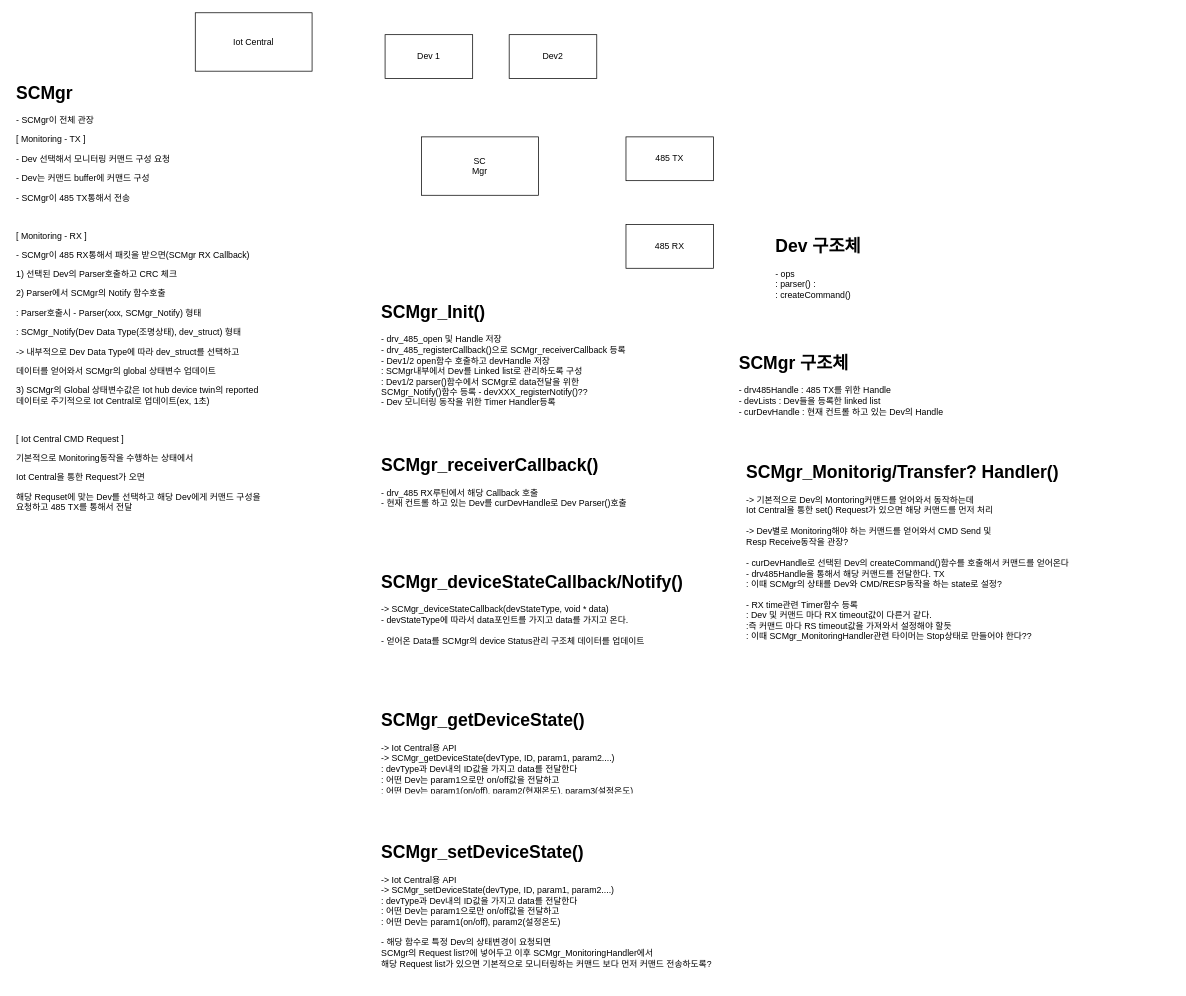
devwscott/drawio keeps this draw.io diagram as page "페이지-1의 복사본" (2 of 4) of smartConvertor.drawio. Above is the earlier version. Source tidied: cells renumbered, new cells numbered last; positions are measured from the earlier drawing's top-left corner, leaving out a move shared by most shapes. Both pictures are drawn from the tidied source at 73%, with x=0, y=0 at pixel (12, 12).
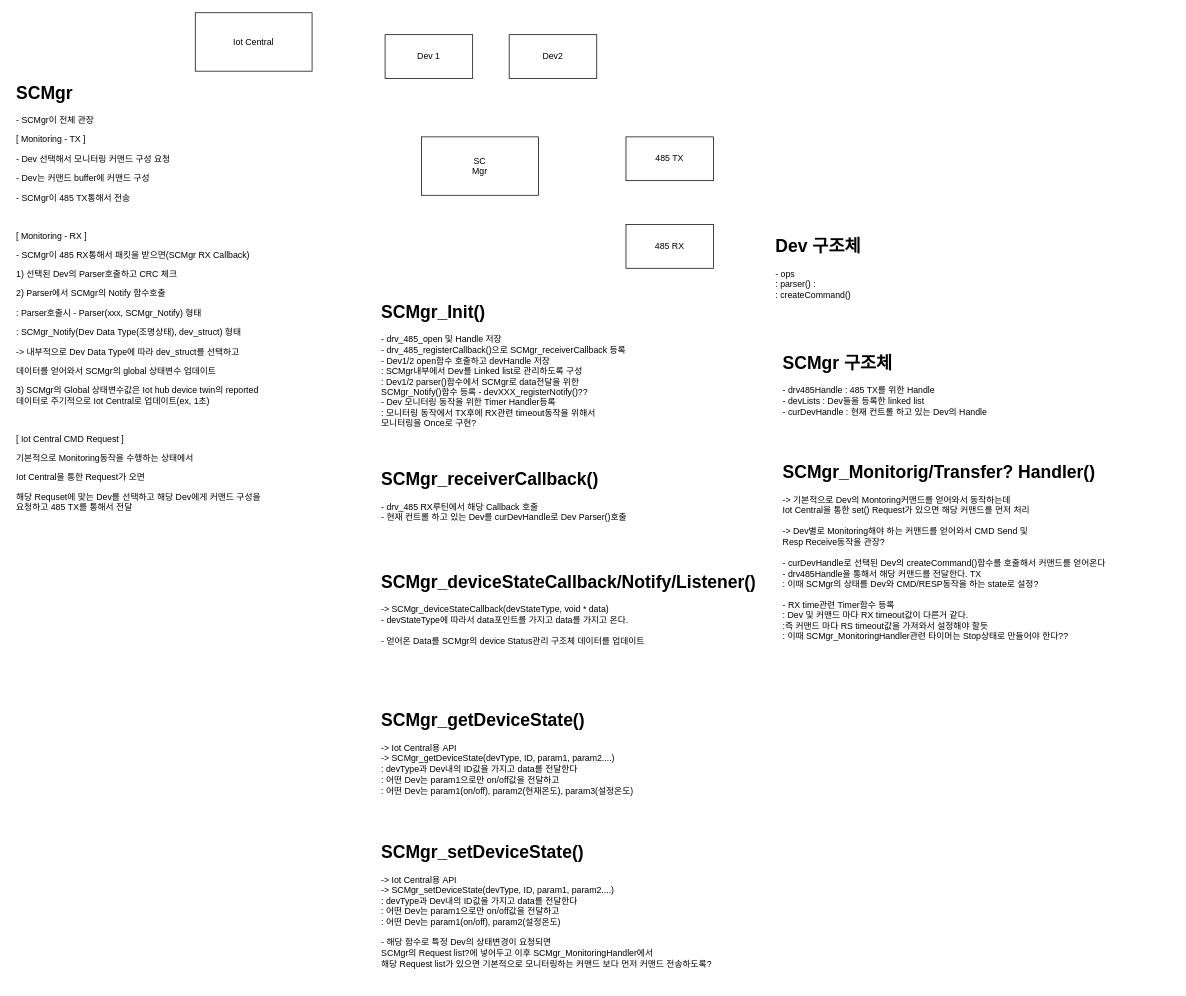
After the change.

The edit, as a diff of the source:
```diff
@@
 <mxGraphModel>
   <root>
     <mxCell id="0" />
     <mxCell id="1" parent="0" />
     <mxCell id="2" value="SC&lt;br&gt;Mgr" style="rounded=0;whiteSpace=wrap;html=1;" parent="1" vertex="1">
       <mxGeometry x="560" y="170" width="160" height="80" as="geometry" />
     </mxCell>
     <mxCell id="3" value="Dev2" style="rounded=0;whiteSpace=wrap;html=1;" parent="1" vertex="1">
       <mxGeometry x="680" y="30" width="120" height="60" as="geometry" />
     </mxCell>
     <mxCell id="4" value="&lt;h1&gt;SCMgr&lt;/h1&gt;&lt;p&gt;- SCMgr이 전체 관장&lt;/p&gt;&lt;p&gt;[ Monitoring - TX ]&lt;/p&gt;&lt;p&gt;- Dev 선택해서 모니터링 커맨드 구성 요청&lt;/p&gt;&lt;p&gt;- Dev는 커맨드 buffer에 커맨드 구성&lt;/p&gt;&lt;p&gt;- SCMgr이 485 TX통해서 전송&lt;/p&gt;&lt;p&gt;&lt;br&gt;&lt;/p&gt;&lt;p style=&quot;border-color: var(--border-color);&quot;&gt;[ Monitoring - RX ]&lt;/p&gt;&lt;p style=&quot;border-color: var(--border-color);&quot;&gt;&lt;span style=&quot;background-color: initial;&quot;&gt;- SCMgr이 485 RX통해서 패킷을 받으면(SCMgr RX Callback)&lt;/span&gt;&lt;/p&gt;&lt;p style=&quot;border-color: var(--border-color);&quot;&gt;&lt;span style=&quot;background-color: initial;&quot;&gt;1) 선택된 Dev의 Parser호출하고 CRC 체크&lt;/span&gt;&lt;/p&gt;&lt;p style=&quot;border-color: var(--border-color);&quot;&gt;&lt;span style=&quot;background-color: initial;&quot;&gt;2) Parser에서 SCMgr의 Notify 함수호출&lt;/span&gt;&lt;/p&gt;&lt;p style=&quot;border-color: var(--border-color);&quot;&gt;&lt;span style=&quot;background-color: initial;&quot;&gt;: Parser호출시 - Parser(xxx, SCMgr_Notify) 형태&lt;/span&gt;&lt;/p&gt;&lt;p style=&quot;border-color: var(--border-color);&quot;&gt;&lt;span style=&quot;background-color: initial;&quot;&gt;: SCMgr_Notify(Dev Data Type(조명상태), dev_struct) 형태&lt;/span&gt;&lt;/p&gt;&lt;p style=&quot;border-color: var(--border-color);&quot;&gt;&lt;span style=&quot;background-color: initial;&quot;&gt;-&amp;gt; 내부적으로 Dev Data Type에 따라 dev_struct를 선택하고&lt;/span&gt;&lt;/p&gt;&lt;p style=&quot;border-color: var(--border-color);&quot;&gt;&lt;span style=&quot;background-color: initial;&quot;&gt;데이터를 얻어와서 SCMgr의 global 상태변수 업데이트&lt;/span&gt;&lt;/p&gt;&lt;p style=&quot;border-color: var(--border-color);&quot;&gt;&lt;span style=&quot;background-color: initial;&quot;&gt;3) SCMgr의 Global 상태변수값은 Iot hub device twin의 reported 데이터로 주기적으로 Iot Central로 업데이트(ex, 1초)&lt;/span&gt;&lt;/p&gt;&lt;p style=&quot;border-color: var(--border-color);&quot;&gt;&lt;span style=&quot;background-color: initial;&quot;&gt;&lt;br&gt;&lt;/span&gt;&lt;/p&gt;&lt;p style=&quot;border-color: var(--border-color);&quot;&gt;&lt;span style=&quot;background-color: initial;&quot;&gt;[ Iot Central CMD Request ]&lt;/span&gt;&lt;/p&gt;&lt;p style=&quot;border-color: var(--border-color);&quot;&gt;기본적으로 Monitoring동작을 수행하는 상태에서&lt;/p&gt;&lt;p style=&quot;border-color: var(--border-color);&quot;&gt;Iot Central을 통한 Request가 오면&lt;/p&gt;&lt;p style=&quot;border-color: var(--border-color);&quot;&gt;해당 Requset에 맞는 Dev를 선택하고 해당 Dev에게 커맨드 구성을 요청하고 485 TX를 통해서 전달&lt;/p&gt;" style="text;html=1;strokeColor=none;fillColor=none;spacing=5;spacingTop=-20;whiteSpace=wrap;overflow=hidden;rounded=0;" parent="1" vertex="1">
       <mxGeometry y="90" width="350" height="620" as="geometry" />
     </mxCell>
     <mxCell id="5" value="Dev 1" style="rounded=0;whiteSpace=wrap;html=1;" parent="1" vertex="1">
       <mxGeometry x="510" y="30" width="120" height="60" as="geometry" />
     </mxCell>
     <mxCell id="6" value="485 TX" style="rounded=0;whiteSpace=wrap;html=1;" parent="1" vertex="1">
       <mxGeometry x="840" y="170" width="120" height="60" as="geometry" />
     </mxCell>
     <mxCell id="7" value="485 RX" style="rounded=0;whiteSpace=wrap;html=1;" parent="1" vertex="1">
       <mxGeometry x="840" y="290" width="120" height="60" as="geometry" />
     </mxCell>
     <mxCell id="8" value="Iot Central" style="rounded=0;whiteSpace=wrap;html=1;" parent="1" vertex="1">
       <mxGeometry x="250" width="160" height="80" as="geometry" />
     </mxCell>
-    <mxCell id="9" value="&lt;h1&gt;SCMgr_Init()&lt;/h1&gt;&lt;div&gt;- drv_485_open 및 Handle 저장&lt;/div&gt;&lt;div&gt;- drv_485_registerCallback()으로 SCMgr_receiverCallback 등록&lt;/div&gt;&lt;div&gt;- Dev1/2 open함수 호출하고 devHandle 저장&lt;/div&gt;&lt;div&gt;: SCMgr내부에서 Dev를 Linked list로 관리하도록 구성&lt;/div&gt;&lt;div&gt;: Dev1/2 parser()함수에서 SCMgr로 data전달을 위한 SCMgr_Notify()함수 등록 - devXXX_registerNotify()??&lt;/div&gt;&lt;div&gt;- Dev 모니터링 동작을 위한 Timer Handler등록&lt;/div&gt;" style="text;html=1;strokeColor=none;fillColor=none;spacing=5;spacingTop=-20;whiteSpace=wrap;overflow=hidden;rounded=0;" parent="1" vertex="1">
-      <mxGeometry x="500" y="390" width="360" height="160" as="geometry" />
+    <mxCell id="9" value="&lt;h1&gt;SCMgr_Init()&lt;/h1&gt;&lt;div&gt;- drv_485_open 및 Handle 저장&lt;/div&gt;&lt;div&gt;- drv_485_registerCallback()으로 SCMgr_receiverCallback 등록&lt;/div&gt;&lt;div&gt;- Dev1/2 open함수 호출하고 devHandle 저장&lt;/div&gt;&lt;div&gt;: SCMgr내부에서 Dev를 Linked list로 관리하도록 구성&lt;/div&gt;&lt;div&gt;: Dev1/2 parser()함수에서 SCMgr로 data전달을 위한 SCMgr_Notify()함수 등록 - devXXX_registerNotify()??&lt;/div&gt;&lt;div&gt;- Dev 모니터링 동작을 위한 Timer Handler등록&lt;/div&gt;&lt;div&gt;: 모니터링 동작에서 TX후에 RX관련 timeout동작을 위해서&lt;/div&gt;&lt;div&gt;모니터링을 Once로 구현?&lt;/div&gt;" style="text;html=1;strokeColor=none;fillColor=none;spacing=5;spacingTop=-20;whiteSpace=wrap;overflow=hidden;rounded=0;" parent="1" vertex="1">
+      <mxGeometry x="500" y="390" width="360" height="190" as="geometry" />
     </mxCell>
     <mxCell id="10" value="&lt;h1&gt;SCMgr_receiverCallback()&lt;/h1&gt;&lt;div&gt;- drv_485 RX루틴에서 해당 Callback 호출&lt;/div&gt;&lt;div&gt;- 현재 컨트롤 하고 있는 Dev를 curDevHandle로 Dev Parser()호출&lt;/div&gt;&lt;div&gt;&lt;br&gt;&lt;/div&gt;" style="text;html=1;strokeColor=none;fillColor=none;spacing=5;spacingTop=-20;whiteSpace=wrap;overflow=hidden;rounded=0;" parent="1" vertex="1">
-      <mxGeometry x="500" y="600" width="360" height="120" as="geometry" />
+      <mxGeometry x="500" y="620" width="360" height="120" as="geometry" />
     </mxCell>
     <mxCell id="11" value="&lt;h1&gt;SCMgr 구조체&lt;/h1&gt;&lt;div&gt;- drv485Handle : 485 TX를 위한 Handle&lt;/div&gt;&lt;div&gt;- devLists : Dev들을 등록한 linked list&lt;/div&gt;&lt;div&gt;- curDevHandle : 현재 컨트롤 하고 있는 Dev의 Handle&lt;/div&gt;&lt;div&gt;&lt;br&gt;&lt;/div&gt;&lt;div&gt;&lt;br&gt;&lt;/div&gt;" style="text;html=1;strokeColor=none;fillColor=none;spacing=5;spacingTop=-20;whiteSpace=wrap;overflow=hidden;rounded=0;" parent="1" vertex="1">
-      <mxGeometry x="990" y="460" width="360" height="120" as="geometry" />
+      <mxGeometry x="1050" y="460" width="360" height="120" as="geometry" />
     </mxCell>
     <mxCell id="12" value="&lt;h1&gt;Dev 구조체&lt;/h1&gt;&lt;div&gt;- ops&lt;/div&gt;&lt;div&gt;: parser() :&amp;nbsp;&lt;/div&gt;&lt;div&gt;: createCommand()&lt;/div&gt;&lt;div&gt;&lt;br&gt;&lt;/div&gt;&lt;div&gt;&lt;br&gt;&lt;/div&gt;" style="text;html=1;strokeColor=none;fillColor=none;spacing=5;spacingTop=-20;whiteSpace=wrap;overflow=hidden;rounded=0;" parent="1" vertex="1">
       <mxGeometry x="1040" y="300" width="360" height="120" as="geometry" />
     </mxCell>
-    <mxCell id="13" value="&lt;h1&gt;SCMgr_deviceStateCallback/Notify()&lt;/h1&gt;&lt;div&gt;-&amp;gt; SCMgr_deviceStateCallback(devStateType, void * data)&lt;/div&gt;&lt;div&gt;- devStateType에 따라서 data포인트를 가지고 data를 가지고 온다.&lt;/div&gt;&lt;div&gt;&lt;br&gt;&lt;/div&gt;&lt;div&gt;- 얻어온 Data를 SCMgr의 device Status관리 구조체 데이터를 업데이트&lt;/div&gt;&lt;div&gt;&lt;br&gt;&lt;/div&gt;" style="text;html=1;strokeColor=none;fillColor=none;spacing=5;spacingTop=-20;whiteSpace=wrap;overflow=hidden;rounded=0;" parent="1" vertex="1">
-      <mxGeometry x="500" y="760" width="490" height="120" as="geometry" />
+    <mxCell id="13" value="&lt;h1&gt;SCMgr_deviceStateCallback/Notify/Listener()&lt;/h1&gt;&lt;div&gt;-&amp;gt; SCMgr_deviceStateCallback(devStateType, void * data)&lt;/div&gt;&lt;div&gt;- devStateType에 따라서 data포인트를 가지고 data를 가지고 온다.&lt;/div&gt;&lt;div&gt;&lt;br&gt;&lt;/div&gt;&lt;div&gt;- 얻어온 Data를 SCMgr의 device Status관리 구조체 데이터를 업데이트&lt;/div&gt;&lt;div&gt;&lt;br&gt;&lt;/div&gt;" style="text;html=1;strokeColor=none;fillColor=none;spacing=5;spacingTop=-20;whiteSpace=wrap;overflow=hidden;rounded=0;" parent="1" vertex="1">
+      <mxGeometry x="500" y="760" width="520" height="120" as="geometry" />
     </mxCell>
     <mxCell id="14" value="&lt;h1&gt;SCMgr_getDeviceState()&lt;/h1&gt;&lt;div&gt;-&amp;gt; Iot Central용 API&lt;/div&gt;&lt;div&gt;-&amp;gt; SCMgr_getDeviceState(devType, ID, param1, param2....)&lt;/div&gt;&lt;div&gt;: devType과 Dev내의 ID값을 가지고 data를 전달한다&lt;/div&gt;&lt;div&gt;: 어떤 Dev는 param1으로만 on/off값을 전달하고&lt;/div&gt;&lt;div&gt;: 어떤 Dev는 param1(on/off), param2(현재온도), param3(설정온도)&lt;/div&gt;&lt;div&gt;&lt;br&gt;&lt;/div&gt;" style="text;html=1;strokeColor=none;fillColor=none;spacing=5;spacingTop=-20;whiteSpace=wrap;overflow=hidden;rounded=0;" parent="1" vertex="1">
-      <mxGeometry x="500" y="950" width="490" height="120" as="geometry" />
+      <mxGeometry x="500" y="950" width="490" height="150" as="geometry" />
     </mxCell>
     <mxCell id="15" value="&lt;h1&gt;SCMgr_Monitorig/Transfer? Handler()&lt;/h1&gt;&lt;div&gt;-&amp;gt; 기본적으로 Dev의 Montoring커맨드를 얻어와서 동작하는데&lt;/div&gt;&lt;div&gt;Iot Central을 통한 set() Request가 있으면 해당 커맨드를 먼저 처리&lt;/div&gt;&lt;div&gt;&lt;br&gt;&lt;/div&gt;&lt;div&gt;-&amp;gt; Dev별로 Monitoring해야 하는 커맨드를 얻어와서 CMD Send 및&lt;/div&gt;&lt;div&gt;Resp Receive동작을 관장?&lt;/div&gt;&lt;div&gt;&lt;br&gt;&lt;/div&gt;&lt;div&gt;- curDevHandle로 선택된 Dev의 createCommand()함수를 호출해서 커맨드를 얻어온다&lt;/div&gt;&lt;div&gt;- drv485Handle을 통해서 해당 커맨드를 전달한다. TX&lt;/div&gt;&lt;div&gt;: 이때 SCMgr의 상태를 Dev와 CMD/RESP동작을 하는 state로 설정?&lt;/div&gt;&lt;div&gt;&lt;br&gt;&lt;/div&gt;&lt;div&gt;- RX time관련 Timer함수 등록&lt;/div&gt;&lt;div&gt;: Dev 및 커맨드 마다 RX timeout값이 다른거 같다.&lt;/div&gt;&lt;div&gt;:즉 커맨드 마다 RS timeout값을 가져와서 설정해야 할듯&lt;/div&gt;&lt;div&gt;: 이때 SCMgr_MonitoringHandler관련 타이머는 Stop상태로 만들어야 한다??&lt;/div&gt;&lt;div&gt;&lt;br&gt;&lt;/div&gt;&lt;div&gt;&lt;br&gt;&lt;/div&gt;" style="text;html=1;strokeColor=none;fillColor=none;spacing=5;spacingTop=-20;whiteSpace=wrap;overflow=hidden;rounded=0;" parent="1" vertex="1">
-      <mxGeometry x="1000" y="610" width="540" height="280" as="geometry" />
+      <mxGeometry x="1050" y="610" width="540" height="280" as="geometry" />
     </mxCell>
     <mxCell id="16" value="&lt;h1&gt;SCMgr_setDeviceState()&lt;/h1&gt;&lt;div&gt;-&amp;gt; Iot Central용 API&lt;br&gt;&lt;/div&gt;&lt;div&gt;-&amp;gt; SCMgr_setDeviceState(devType, ID, param1, param2....)&lt;/div&gt;&lt;div&gt;: devType과 Dev내의 ID값을 가지고 data를 전달한다&lt;/div&gt;&lt;div&gt;: 어떤 Dev는 param1으로만 on/off값을 전달하고&lt;/div&gt;&lt;div&gt;: 어떤 Dev는 param1(on/off), param2(설정온도)&lt;/div&gt;&lt;div&gt;&lt;br&gt;&lt;/div&gt;&lt;div&gt;- 해당 함수로 특정 Dev의 상태변경이 요청되면&lt;/div&gt;&lt;div&gt;SCMgr의 Request list?에 넣어두고 이후 SCMgr_MonitoringHandler에서&lt;/div&gt;&lt;div&gt;해당 Request list가 있으면 기본적으로 모니터링하는 커맨드 보다 먼저 커맨드 전송하도록?&lt;/div&gt;&lt;div&gt;&lt;br&gt;&lt;/div&gt;&lt;div&gt;&lt;br&gt;&lt;/div&gt;" style="text;html=1;strokeColor=none;fillColor=none;spacing=5;spacingTop=-20;whiteSpace=wrap;overflow=hidden;rounded=0;" parent="1" vertex="1">
       <mxGeometry x="500" y="1130" width="490" height="200" as="geometry" />
     </mxCell>
   </root>
 </mxGraphModel>
```
